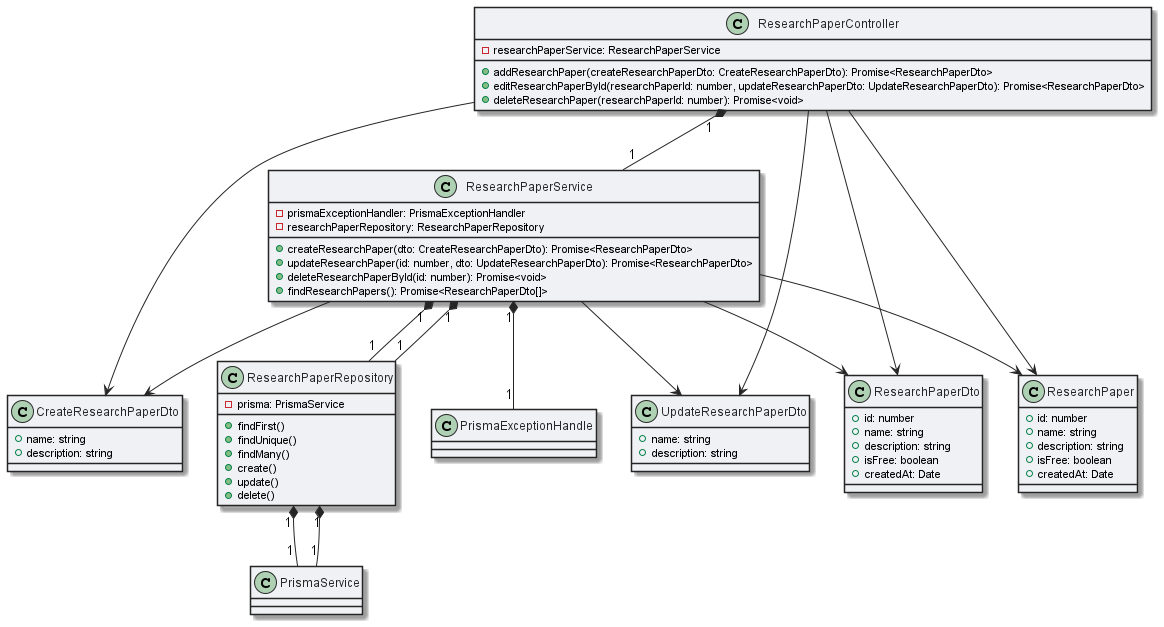
This is out/docs/diagrams/wsd/research-paper/research_paper.png from drDeepl/data-mining-lab-api-nest, a PlantUML export, as it was before one commit. Its diagram source:
```plantuml
@startuml research_paper

skinparam ArrowColor #252525
skinparam ClassBackgroundColor #F0F1F5
skinparam ClassBorderColor #252525
skinparam ClassFontColor #252525


class ResearchPaperRepository {
  - prisma: PrismaService
  + findFirst()
  + findUnique()
  + findMany()
  + create()
  + update()
  + delete()
}

class ResearchPaperService {
  - prismaExceptionHandler: PrismaExceptionHandler
  - researchPaperRepository: ResearchPaperRepository
  + createResearchPaper(dto: CreateResearchPaperDto): Promise<ResearchPaperDto>
  + updateResearchPaper(id: number, dto: UpdateResearchPaperDto): Promise<ResearchPaperDto>
  + deleteResearchPaperById(id: number): Promise<void>
  + findResearchPapers(): Promise<ResearchPaperDto[]>
}

class CreateResearchPaperDto {
  + name: string
  + description: string
}

class UpdateResearchPaperDto {
  + name: string
  + description: string
}

class ResearchPaperDto {
  + id: number
  + name: string
  + description: string
  + isFree: boolean
  + createdAt: Date
}

class ResearchPaper {
  + id: number
  + name: string
  + description: string
  + isFree: boolean
  + createdAt: Date
}

class ResearchPaperController {

    -researchPaperService: ResearchPaperService
    +addResearchPaper(createResearchPaperDto: CreateResearchPaperDto): Promise<ResearchPaperDto>
    +editResearchPaperById(researchPaperId: number, updateResearchPaperDto: UpdateResearchPaperDto): Promise<ResearchPaperDto>
    +deleteResearchPaper(researchPaperId: number): Promise<void>
}

ResearchPaperService "1" *-- "1" ResearchPaperRepository
ResearchPaperService "1" *-- "1" PrismaExceptionHandle
ResearchPaperRepository "1" *-- "1" PrismaService
ResearchPaperRepository "1" *-- "1" PrismaService
ResearchPaperService "1" *-- "1" ResearchPaperRepository
ResearchPaperController "1" *-- "1" ResearchPaperService
ResearchPaperController --> CreateResearchPaperDto
ResearchPaperController --> UpdateResearchPaperDto
ResearchPaperController --> ResearchPaperDto
ResearchPaperController --> ResearchPaper
ResearchPaperService --> CreateResearchPaperDto
ResearchPaperService --> UpdateResearchPaperDto
ResearchPaperService --> ResearchPaperDto
ResearchPaperService --> ResearchPaper
@enduml
```
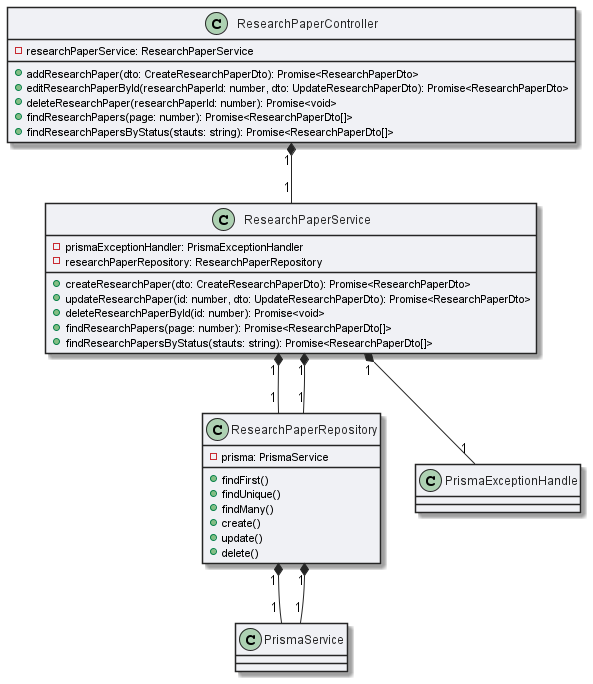
Later version of the same file.

What changed in the source:
```diff
@@ -16,48 +16,28 @@
   + delete()
 }
 
+class ResearchPaperController {
+
+    - researchPaperService: ResearchPaperService
+    + addResearchPaper(dto: CreateResearchPaperDto): Promise<ResearchPaperDto>
+    + editResearchPaperById(researchPaperId: number, dto: UpdateResearchPaperDto): Promise<ResearchPaperDto>
+    + deleteResearchPaper(researchPaperId: number): Promise<void>
+    + findResearchPapers(page: number): Promise<ResearchPaperDto[]>
+    + findResearchPapersByStatus(stauts: string): Promise<ResearchPaperDto[]>
+
+}
+
+
 class ResearchPaperService {
   - prismaExceptionHandler: PrismaExceptionHandler
   - researchPaperRepository: ResearchPaperRepository
   + createResearchPaper(dto: CreateResearchPaperDto): Promise<ResearchPaperDto>
   + updateResearchPaper(id: number, dto: UpdateResearchPaperDto): Promise<ResearchPaperDto>
   + deleteResearchPaperById(id: number): Promise<void>
-  + findResearchPapers(): Promise<ResearchPaperDto[]>
+  + findResearchPapers(page: number): Promise<ResearchPaperDto[]>
+  + findResearchPapersByStatus(stauts: string): Promise<ResearchPaperDto[]>
 }
 
-class CreateResearchPaperDto {
-  + name: string
-  + description: string
-}
-
-class UpdateResearchPaperDto {
-  + name: string
-  + description: string
-}
-
-class ResearchPaperDto {
-  + id: number
-  + name: string
-  + description: string
-  + isFree: boolean
-  + createdAt: Date
-}
-
-class ResearchPaper {
-  + id: number
-  + name: string
-  + description: string
-  + isFree: boolean
-  + createdAt: Date
-}
-
-class ResearchPaperController {
-
-    -researchPaperService: ResearchPaperService
-    +addResearchPaper(createResearchPaperDto: CreateResearchPaperDto): Promise<ResearchPaperDto>
-    +editResearchPaperById(researchPaperId: number, updateResearchPaperDto: UpdateResearchPaperDto): Promise<ResearchPaperDto>
-    +deleteResearchPaper(researchPaperId: number): Promise<void>
-}
 
 ResearchPaperService "1" *-- "1" ResearchPaperRepository
 ResearchPaperService "1" *-- "1" PrismaExceptionHandle
@@ -65,12 +45,4 @@
 ResearchPaperRepository "1" *-- "1" PrismaService
 ResearchPaperService "1" *-- "1" ResearchPaperRepository
 ResearchPaperController "1" *-- "1" ResearchPaperService
-ResearchPaperController --> CreateResearchPaperDto
-ResearchPaperController --> UpdateResearchPaperDto
-ResearchPaperController --> ResearchPaperDto
-ResearchPaperController --> ResearchPaper
-ResearchPaperService --> CreateResearchPaperDto
-ResearchPaperService --> UpdateResearchPaperDto
-ResearchPaperService --> ResearchPaperDto
-ResearchPaperService --> ResearchPaper
 @enduml
```
